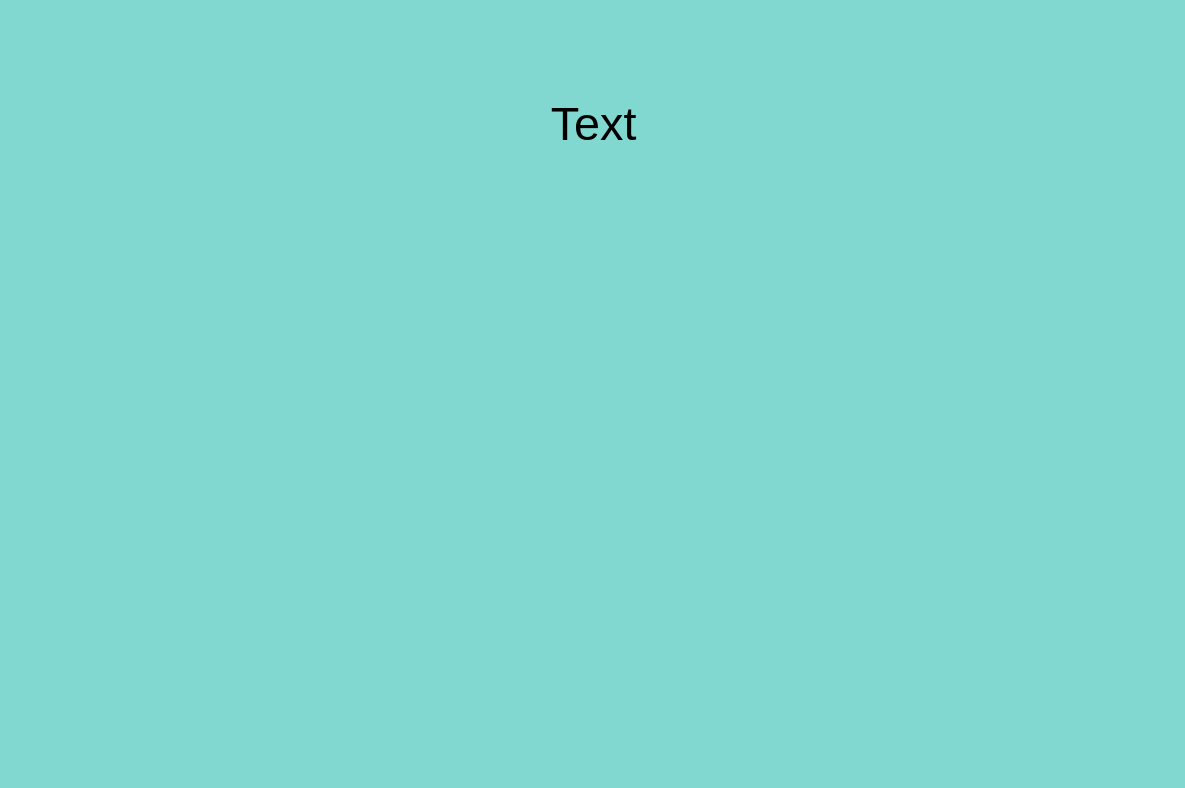
Before: MathNote_M01.drawio in chiayaochen/DrawioRepo, a draw.io diagram. Source tidied: cells renumbered, new cells numbered last; positions are measured from the earlier drawing's top-left corner, leaving out a move shared by most shapes. Both pictures are drawn from the tidied source at 39%, with x=0, y=0 at pixel (9, 7).
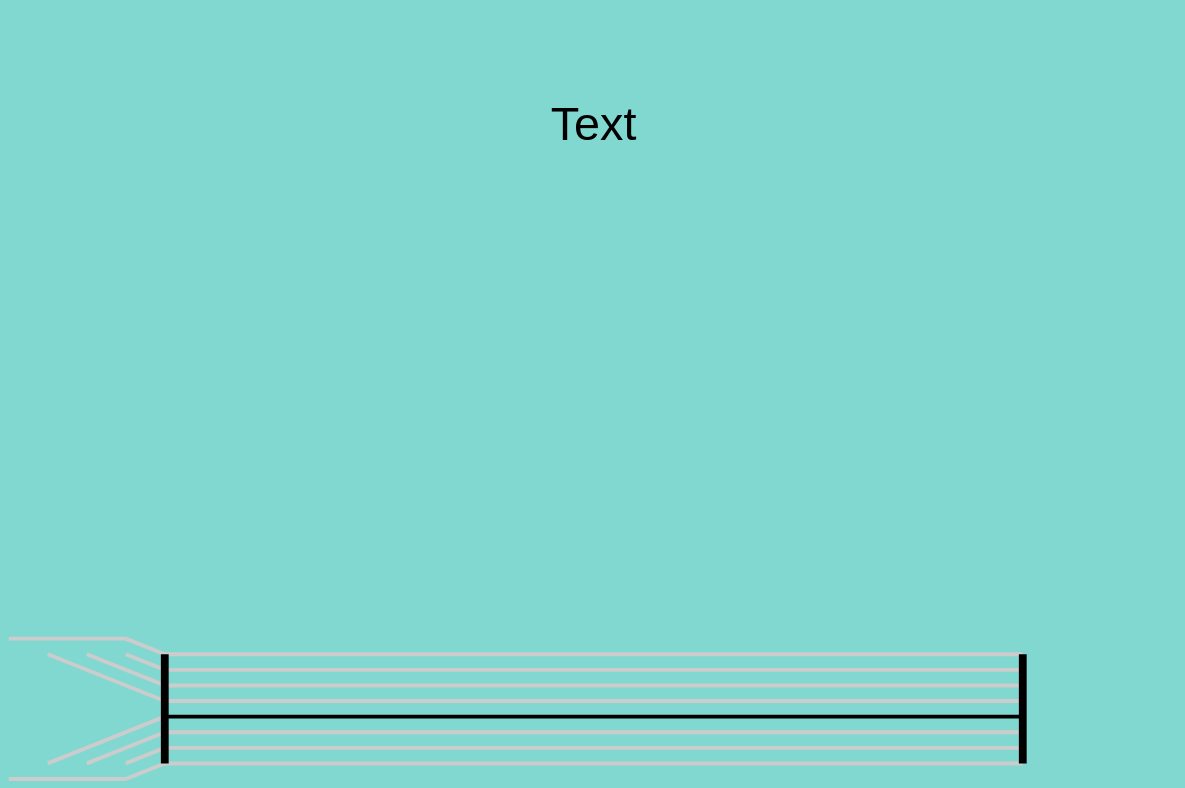
The same diagram, later.

What changed in the source:
```diff
@@
+    <mxCell id="3" style="endArrow=none;html=1;rounded=0;strokeColor=#000000;strokeWidth=10;" parent="1" edge="1">
+      <mxGeometry relative="1" as="geometry">
+        <mxPoint x="400" y="1820" as="sourcePoint" />
+        <mxPoint x="2600" y="1820" as="targetPoint" />
+      </mxGeometry>
+    </mxCell>
+    <mxCell id="4" style="endArrow=none;html=1;rounded=0;strokeColor=#CCCCCC;strokeWidth=10;" parent="1" edge="1">
+      <mxGeometry relative="1" as="geometry">
+        <mxPoint x="400" y="1860" as="sourcePoint" />
+        <mxPoint x="2600" y="1860" as="targetPoint" />
+      </mxGeometry>
+    </mxCell>
+    <mxCell id="5" style="endArrow=none;html=1;rounded=0;strokeColor=#CCCCCC;strokeWidth=10;" parent="1" edge="1">
+      <mxGeometry relative="1" as="geometry">
+        <mxPoint x="400" y="1900" as="sourcePoint" />
+        <mxPoint x="2600" y="1900" as="targetPoint" />
+      </mxGeometry>
+    </mxCell>
+    <mxCell id="6" style="endArrow=none;html=1;rounded=0;strokeColor=#CCCCCC;strokeWidth=10;" parent="1" edge="1">
+      <mxGeometry relative="1" as="geometry">
+        <mxPoint x="400" y="1940" as="sourcePoint" />
+        <mxPoint x="2600" y="1940" as="targetPoint" />
+      </mxGeometry>
+    </mxCell>
+    <mxCell id="7" style="endArrow=none;html=1;rounded=0;strokeColor=#CCCCCC;strokeWidth=10;" parent="1" edge="1">
+      <mxGeometry relative="1" as="geometry">
+        <mxPoint x="400" y="1780" as="sourcePoint" />
+        <mxPoint x="2600" y="1780" as="targetPoint" />
+      </mxGeometry>
+    </mxCell>
+    <mxCell id="8" style="endArrow=none;html=1;rounded=0;strokeColor=#CCCCCC;strokeWidth=10;" parent="1" edge="1">
+      <mxGeometry relative="1" as="geometry">
+        <mxPoint x="400" y="1740" as="sourcePoint" />
+        <mxPoint x="2600" y="1740" as="targetPoint" />
+      </mxGeometry>
+    </mxCell>
+    <mxCell id="9" style="endArrow=none;html=1;rounded=0;strokeColor=#CCCCCC;strokeWidth=10;" parent="1" edge="1">
+      <mxGeometry relative="1" as="geometry">
+        <mxPoint x="400" y="1700" as="sourcePoint" />
+        <mxPoint x="2600" y="1700" as="targetPoint" />
+      </mxGeometry>
+    </mxCell>
+    <mxCell id="10" style="endArrow=none;html=1;rounded=0;strokeColor=#CCCCCC;strokeWidth=10;" parent="1" edge="1">
+      <mxGeometry relative="1" as="geometry">
+        <mxPoint x="400" y="1660" as="sourcePoint" />
+        <mxPoint x="2600" y="1660" as="targetPoint" />
+      </mxGeometry>
+    </mxCell>
+    <mxCell id="11" style="endArrow=none;html=1;rounded=0;strokeColor=#CCCCCC;strokeWidth=10;" parent="1" edge="1">
+      <mxGeometry relative="1" as="geometry">
+        <mxPoint x="300" y="1940" as="sourcePoint" />
+        <mxPoint x="400" y="1900" as="targetPoint" />
+      </mxGeometry>
+    </mxCell>
+    <mxCell id="12" style="endArrow=none;html=1;rounded=0;strokeColor=#CCCCCC;strokeWidth=10;" parent="1" edge="1">
+      <mxGeometry relative="1" as="geometry">
+        <mxPoint x="200" y="1940" as="sourcePoint" />
+        <mxPoint x="400" y="1860" as="targetPoint" />
+      </mxGeometry>
+    </mxCell>
+    <mxCell id="13" style="endArrow=none;html=1;rounded=0;strokeColor=#CCCCCC;strokeWidth=10;" parent="1" edge="1">
+      <mxGeometry relative="1" as="geometry">
+        <mxPoint x="100" y="1940" as="sourcePoint" />
+        <mxPoint x="400" y="1820" as="targetPoint" />
+      </mxGeometry>
+    </mxCell>
+    <mxCell id="14" style="endArrow=none;html=1;rounded=0;strokeColor=#CCCCCC;strokeWidth=10;" parent="1" edge="1">
+      <mxGeometry relative="1" as="geometry">
+        <mxPoint x="100" y="1660" as="sourcePoint" />
+        <mxPoint x="400" y="1780" as="targetPoint" />
+      </mxGeometry>
+    </mxCell>
+    <mxCell id="15" style="endArrow=none;html=1;rounded=0;strokeColor=#CCCCCC;strokeWidth=10;" parent="1" edge="1">
+      <mxGeometry relative="1" as="geometry">
+        <mxPoint x="200" y="1660" as="sourcePoint" />
+        <mxPoint x="400" y="1740" as="targetPoint" />
+      </mxGeometry>
+    </mxCell>
+    <mxCell id="16" style="endArrow=none;html=1;rounded=0;strokeColor=#CCCCCC;strokeWidth=10;" parent="1" edge="1">
+      <mxGeometry relative="1" as="geometry">
+        <mxPoint x="300" y="1660" as="sourcePoint" />
+        <mxPoint x="400" y="1700" as="targetPoint" />
+      </mxGeometry>
+    </mxCell>
+    <mxCell id="17" style="endArrow=none;html=1;rounded=0;strokeColor=#CCCCCC;strokeWidth=10;" parent="1" edge="1">
+      <mxGeometry relative="1" as="geometry">
+        <mxPoint x="300" y="1980" as="sourcePoint" />
+        <mxPoint x="400" y="1940" as="targetPoint" />
+      </mxGeometry>
+    </mxCell>
+    <mxCell id="18" style="endArrow=none;html=1;rounded=0;strokeColor=#CCCCCC;strokeWidth=10;" parent="1" edge="1">
+      <mxGeometry relative="1" as="geometry">
+        <mxPoint x="300" y="1620" as="sourcePoint" />
+        <mxPoint x="400" y="1660" as="targetPoint" />
+      </mxGeometry>
+    </mxCell>
+    <mxCell id="19" style="endArrow=none;html=1;rounded=0;strokeColor=#CCCCCC;strokeWidth=10;" parent="1" edge="1">
+      <mxGeometry relative="1" as="geometry">
+        <mxPoint y="1620" as="sourcePoint" />
+        <mxPoint x="300" y="1620" as="targetPoint" />
+      </mxGeometry>
+    </mxCell>
+    <mxCell id="20" style="endArrow=none;html=1;rounded=0;strokeColor=#CCCCCC;strokeWidth=10;" parent="1" edge="1">
+      <mxGeometry relative="1" as="geometry">
+        <mxPoint y="1980" as="sourcePoint" />
+        <mxPoint x="300" y="1980" as="targetPoint" />
+      </mxGeometry>
+    </mxCell>
+    <mxCell id="21" style="endArrow=none;html=1;rounded=0;strokeColor=#000000;strokeWidth=20;" parent="1" edge="1">
+      <mxGeometry relative="1" as="geometry">
+        <mxPoint x="400" y="1940" as="sourcePoint" />
+        <mxPoint x="400" y="1660" as="targetPoint" />
+      </mxGeometry>
+    </mxCell>
+    <mxCell id="22" style="endArrow=none;html=1;rounded=0;strokeColor=#000000;strokeWidth=20;" parent="1" edge="1">
+      <mxGeometry relative="1" as="geometry">
+        <mxPoint x="2600" y="1940" as="sourcePoint" />
+        <mxPoint x="2600" y="1660" as="targetPoint" />
+      </mxGeometry>
+    </mxCell>
```
